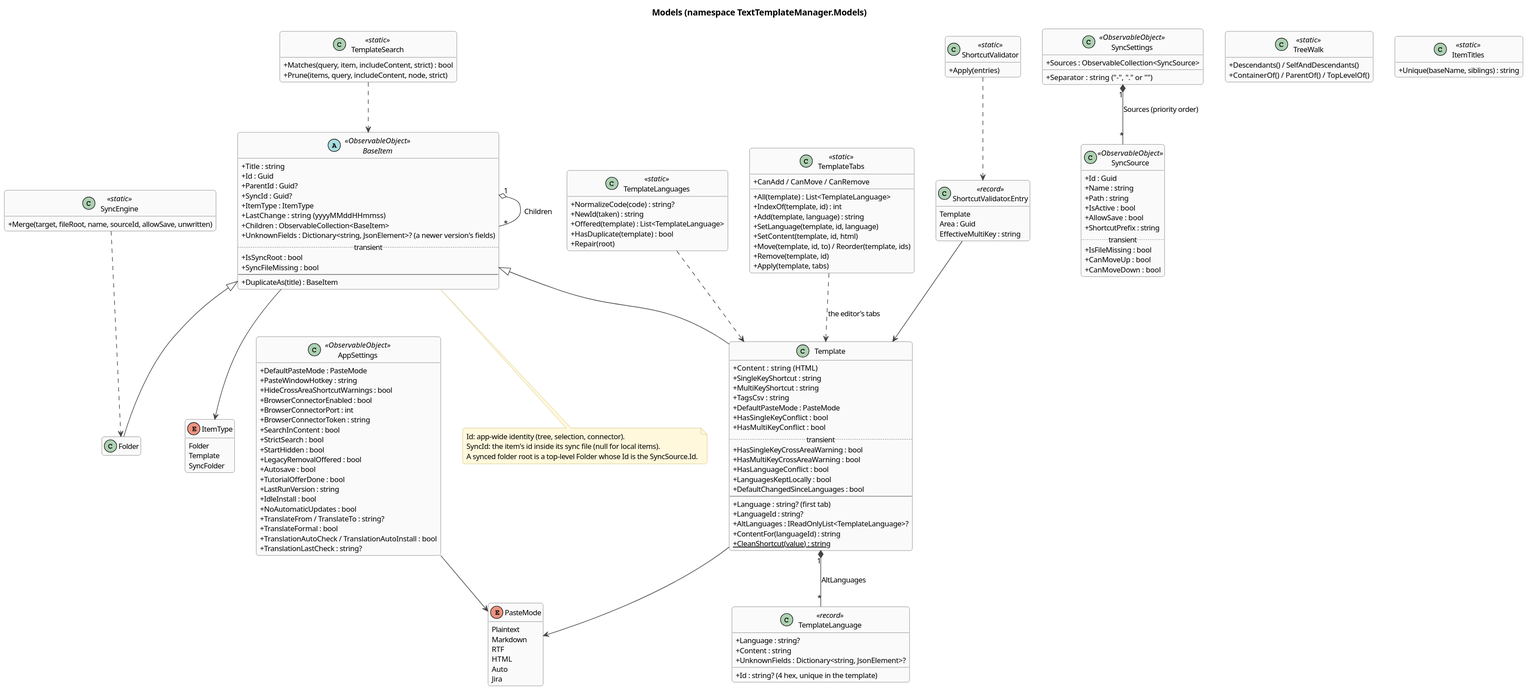
Above: docs/architecture/diagrams/class-model.svg in halatsWol/TextTemplateManager-v2 (PlantUML), before the change.
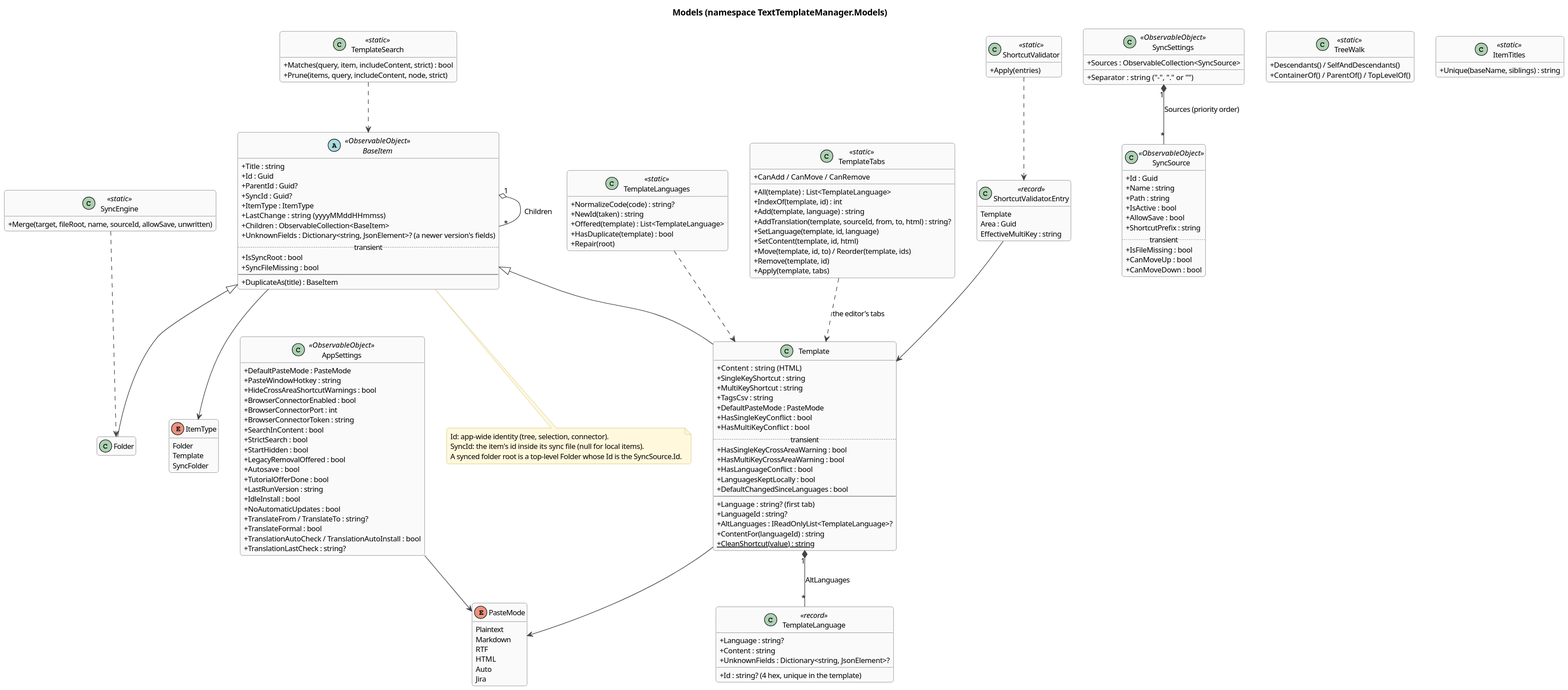
After the change.

The edit, as a diff of the source:
```diff
@@ -56,6 +56,7 @@
   +All(template) : List<TemplateLanguage>
   +IndexOf(template, id) : int
   +Add(template, language) : string
+  +AddTranslation(template, sourceId, from, to, html) : string?
   +SetLanguage(template, id, language)
   +SetContent(template, id, html)
   +Move(template, id, to) / Reorder(template, ids)
```
